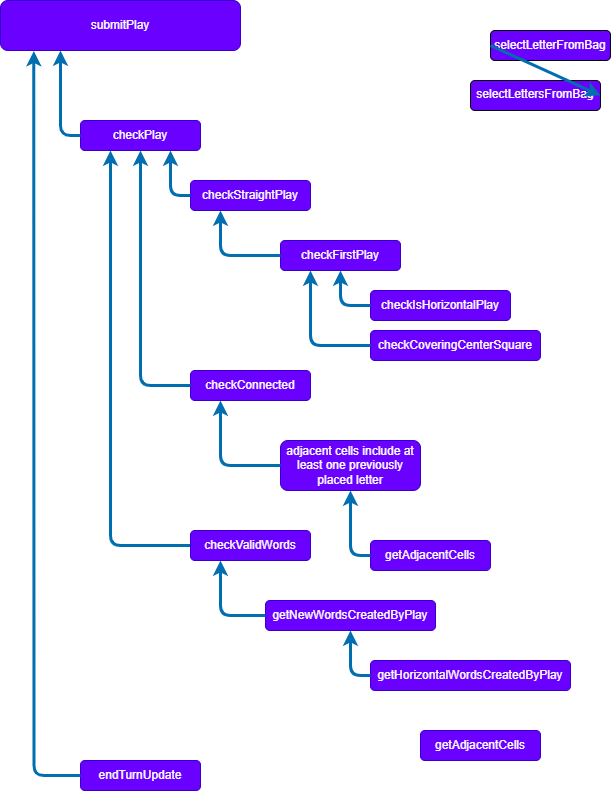
Before: function_flow.dio.png, a diagram exported from draw.io (wnfaulkner/2023-10-05-project-1-scrabble-game). Source tidied: cells renumbered, new cells last; positions are measured from the earlier drawing's top-left corner, leaving out a move shared by most shapes.
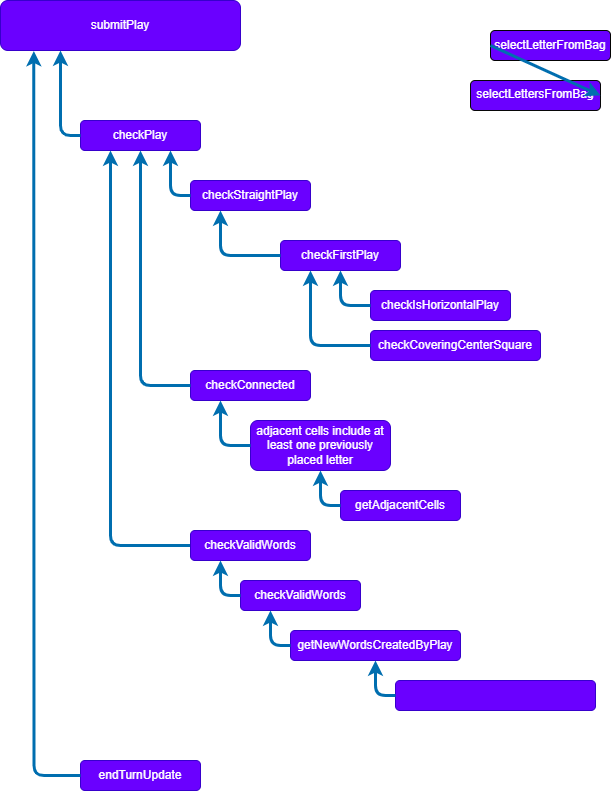
Above is the later version.

Commit message:
about to make a major change in renderBoard() because I think the rows and column labels are flipped, but it may mess up a bunch of other code

Diff of the diagram source:
```diff
@@ -57,7 +57,7 @@
       <mxGeometry relative="1" as="geometry" />
     </mxCell>
     <mxCell id="20" value="getAdjacentCells" style="rounded=1;whiteSpace=wrap;html=1;fillColor=#6a00ff;fontColor=#ffffff;strokeColor=#3700CC;" parent="1" vertex="1">
-      <mxGeometry x="370" y="540" width="120" height="30" as="geometry" />
+      <mxGeometry x="340" y="490" width="120" height="30" as="geometry" />
     </mxCell>
     <mxCell id="21" style="edgeStyle=orthogonalEdgeStyle;html=1;exitX=0;exitY=0.5;exitDx=0;exitDy=0;entryX=0.5;entryY=1;entryDx=0;entryDy=0;fillColor=#1ba1e2;strokeColor=#006EAF;strokeWidth=3;" parent="1" edge="1" source="20" target="23">
       <mxGeometry relative="1" as="geometry" />
@@ -66,19 +66,19 @@
       <mxGeometry x="190" y="530" width="120" height="30" as="geometry" />
     </mxCell>
     <mxCell id="23" value="adjacent cells include at least one previously placed letter" style="rounded=1;whiteSpace=wrap;html=1;fillColor=#6a00ff;fontColor=#ffffff;strokeColor=#3700CC;" parent="1" vertex="1">
-      <mxGeometry x="280" y="440" width="140" height="50" as="geometry" />
+      <mxGeometry x="250" y="420" width="140" height="50" as="geometry" />
     </mxCell>
     <mxCell id="24" style="edgeStyle=orthogonalEdgeStyle;html=1;fillColor=#1ba1e2;strokeColor=#006EAF;strokeWidth=3;exitX=0;exitY=0.5;exitDx=0;exitDy=0;entryX=0.25;entryY=1;entryDx=0;entryDy=0;" parent="1" edge="1" source="23" target="17">
       <mxGeometry relative="1" as="geometry" />
     </mxCell>
     <mxCell id="25" value="getNewWordsCreatedByPlay" style="rounded=1;whiteSpace=wrap;html=1;fillColor=#6a00ff;fontColor=#ffffff;strokeColor=#3700CC;" parent="1" vertex="1">
-      <mxGeometry x="265" y="600" width="170" height="30" as="geometry" />
+      <mxGeometry x="290" y="630" width="170" height="30" as="geometry" />
     </mxCell>
-    <mxCell id="26" style="edgeStyle=orthogonalEdgeStyle;html=1;fillColor=#1ba1e2;strokeColor=#006EAF;strokeWidth=3;exitX=0;exitY=0.5;exitDx=0;exitDy=0;entryX=0.25;entryY=1;entryDx=0;entryDy=0;" parent="1" edge="1" source="25" target="22">
+    <mxCell id="26" style="edgeStyle=orthogonalEdgeStyle;html=1;fillColor=#1ba1e2;strokeColor=#006EAF;strokeWidth=3;exitX=0;exitY=0.5;exitDx=0;exitDy=0;entryX=0.25;entryY=1;entryDx=0;entryDy=0;" parent="1" edge="1" source="25" target="30">
       <mxGeometry relative="1" as="geometry" />
     </mxCell>
-    <mxCell id="27" value="getHorizontalWordsCreatedByPlay" style="rounded=1;whiteSpace=wrap;html=1;fillColor=#6a00ff;fontColor=#ffffff;strokeColor=#3700CC;" parent="1" vertex="1">
-      <mxGeometry x="370" y="660" width="200" height="30" as="geometry" />
+    <mxCell id="27" style="rounded=1;whiteSpace=wrap;html=1;fillColor=#6a00ff;fontColor=#ffffff;strokeColor=#3700CC;" parent="1" vertex="1">
+      <mxGeometry x="395" y="680" width="200" height="30" as="geometry" />
     </mxCell>
     <mxCell id="28" style="edgeStyle=orthogonalEdgeStyle;html=1;fillColor=#1ba1e2;strokeColor=#006EAF;strokeWidth=3;exitX=0;exitY=0.5;exitDx=0;exitDy=0;entryX=0.5;entryY=1;entryDx=0;entryDy=0;" parent="1" edge="1" source="27" target="25">
       <mxGeometry relative="1" as="geometry" />
@@ -86,8 +86,11 @@
     <mxCell id="29" style="edgeStyle=orthogonalEdgeStyle;html=1;fillColor=#1ba1e2;strokeColor=#006EAF;strokeWidth=3;exitX=0;exitY=0.5;exitDx=0;exitDy=0;entryX=0.139;entryY=1.012;entryDx=0;entryDy=0;entryPerimeter=0;" parent="1" edge="1" source="9" target="4">
       <mxGeometry relative="1" as="geometry" />
     </mxCell>
-    <mxCell id="30" value="getAdjacentCells" style="rounded=1;whiteSpace=wrap;html=1;fillColor=#6a00ff;fontColor=#ffffff;strokeColor=#3700CC;" parent="1" vertex="1">
-      <mxGeometry x="420" y="730" width="120" height="30" as="geometry" />
+    <mxCell id="30" value="checkValidWords" style="rounded=1;whiteSpace=wrap;html=1;fillColor=#6a00ff;fontColor=#ffffff;strokeColor=#3700CC;" parent="1" vertex="1">
+      <mxGeometry x="240" y="580" width="120" height="30" as="geometry" />
     </mxCell>
+    <mxCell id="31" style="edgeStyle=orthogonalEdgeStyle;html=1;fillColor=#1ba1e2;strokeColor=#006EAF;strokeWidth=3;exitX=0;exitY=0.5;exitDx=0;exitDy=0;entryX=0.25;entryY=1;entryDx=0;entryDy=0;" parent="1" edge="1" source="30" target="22">
+      <mxGeometry relative="1" as="geometry" />
+    </mxCell>
   </root>
 </mxGraphModel>
```
